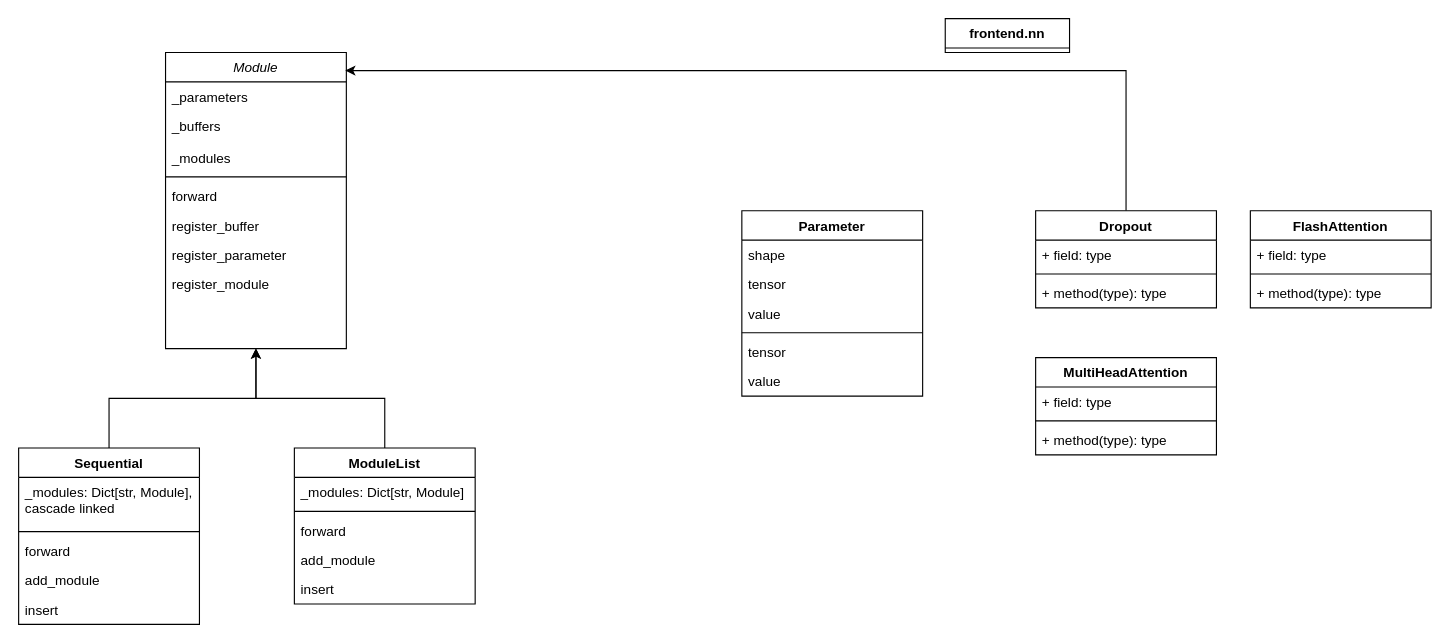
This is page "learn ait code" (1 of 2) of ait code learn.drawio from shaojiewang/ait_learn, a draw.io file, before an edit. Source tidied: cells renumbered, new cells numbered last; positions are measured from the earlier drawing's top-left corner, leaving out a move shared by most shapes. Both pictures are drawn from the tidied source at 113%, with x=0, y=0 at pixel (18, 18).
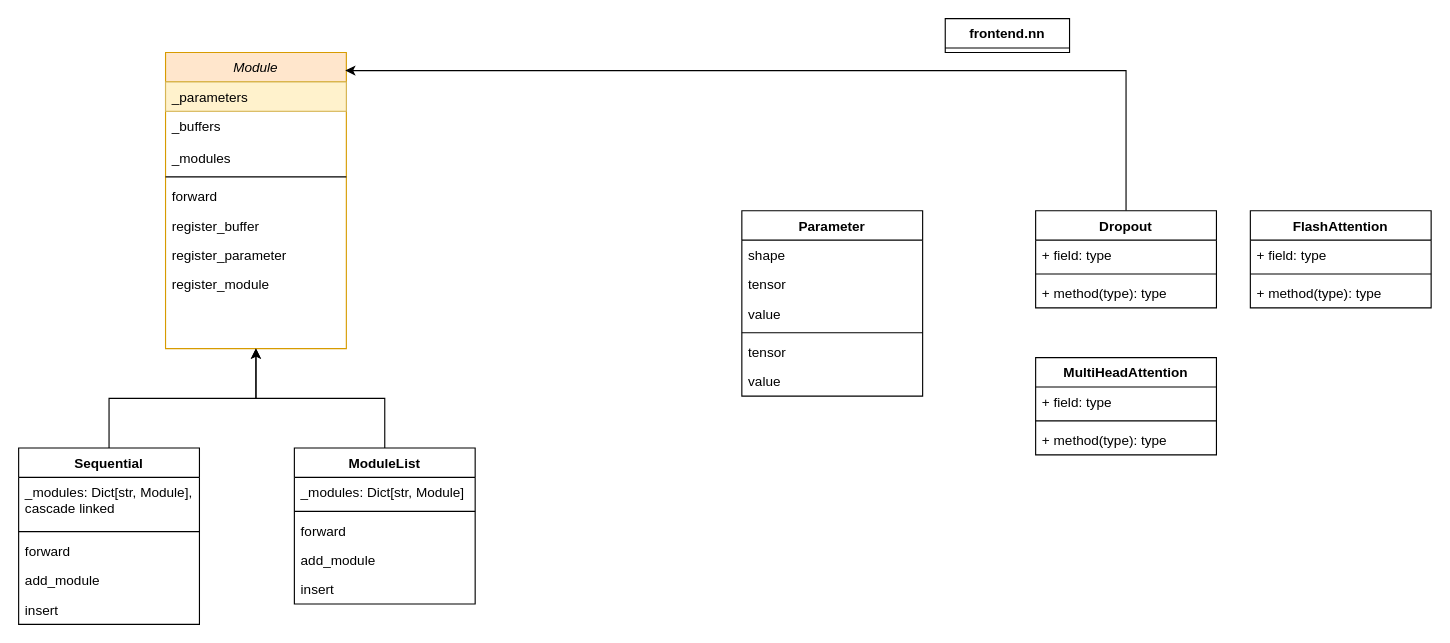
Above is the later version.

Diff of the diagram source:
```diff
@@
-    <mxCell id="2" value="Module" style="swimlane;fontStyle=2;align=center;verticalAlign=top;horizontal=1;startSize=26;rounded=0;shadow=0;strokeWidth=1;" parent="1" vertex="1">
+    <mxCell id="2" value="Module" style="swimlane;fontStyle=2;align=center;verticalAlign=top;horizontal=1;startSize=26;rounded=0;shadow=0;strokeWidth=1;fillColor=#ffe6cc;strokeColor=#d79b00;" parent="1" vertex="1">
       <mxGeometry x="130" y="30" width="160" height="262" as="geometry" />
     </mxCell>
-    <mxCell id="3" value="_parameters" style="text;align=left;verticalAlign=top;spacingLeft=4;spacingRight=4;overflow=hidden;" parent="2" vertex="1">
+    <mxCell id="3" value="_parameters" style="text;align=left;verticalAlign=top;spacingLeft=4;spacingRight=4;overflow=hidden;fillColor=#fff2cc;strokeColor=#d6b656;" parent="2" vertex="1">
       <mxGeometry y="26" width="160" height="26" as="geometry" />
     </mxCell>
```
